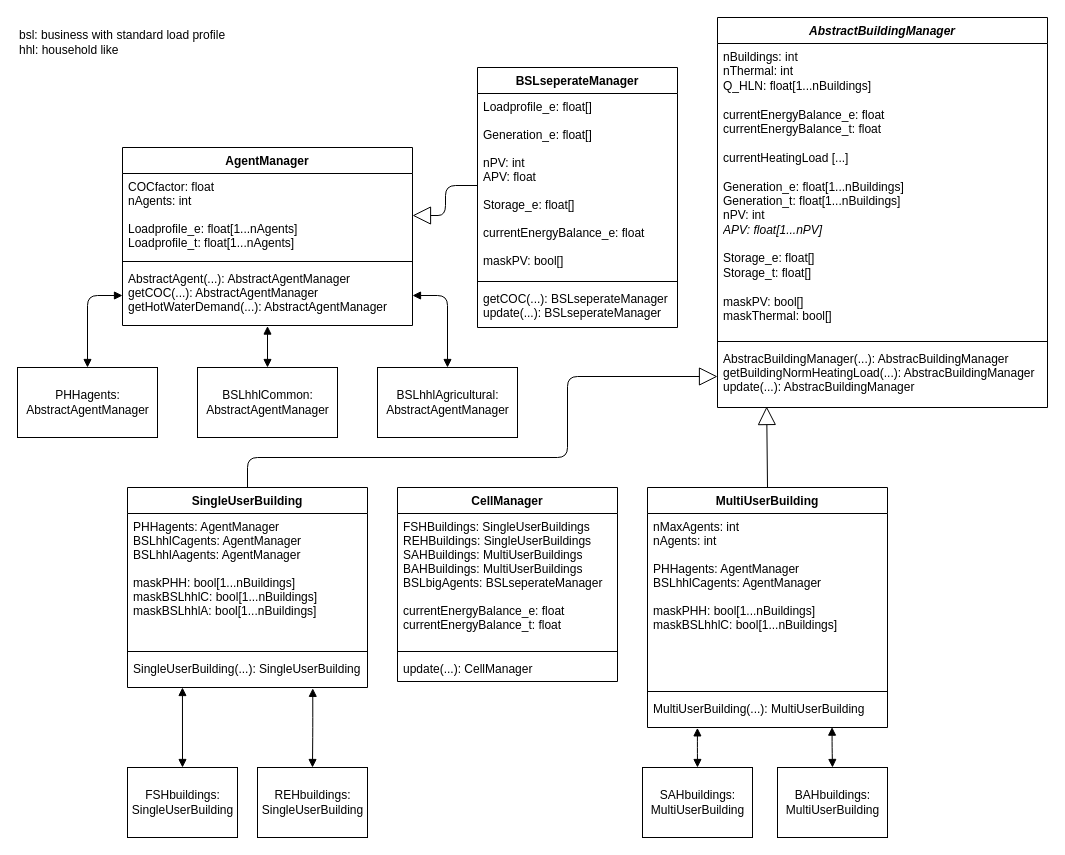
Before: page "WithBuildings" (1 of 2) of ModelStructure.drawio in HSZittauGoerlitz/EnSySim, a draw.io diagram. Source tidied: cells renumbered, new cells numbered last; positions are measured from the earlier drawing's top-left corner, leaving out a move shared by most shapes. Both pictures are drawn from the tidied source at 100%, with x=0, y=0 at pixel (17, 17).
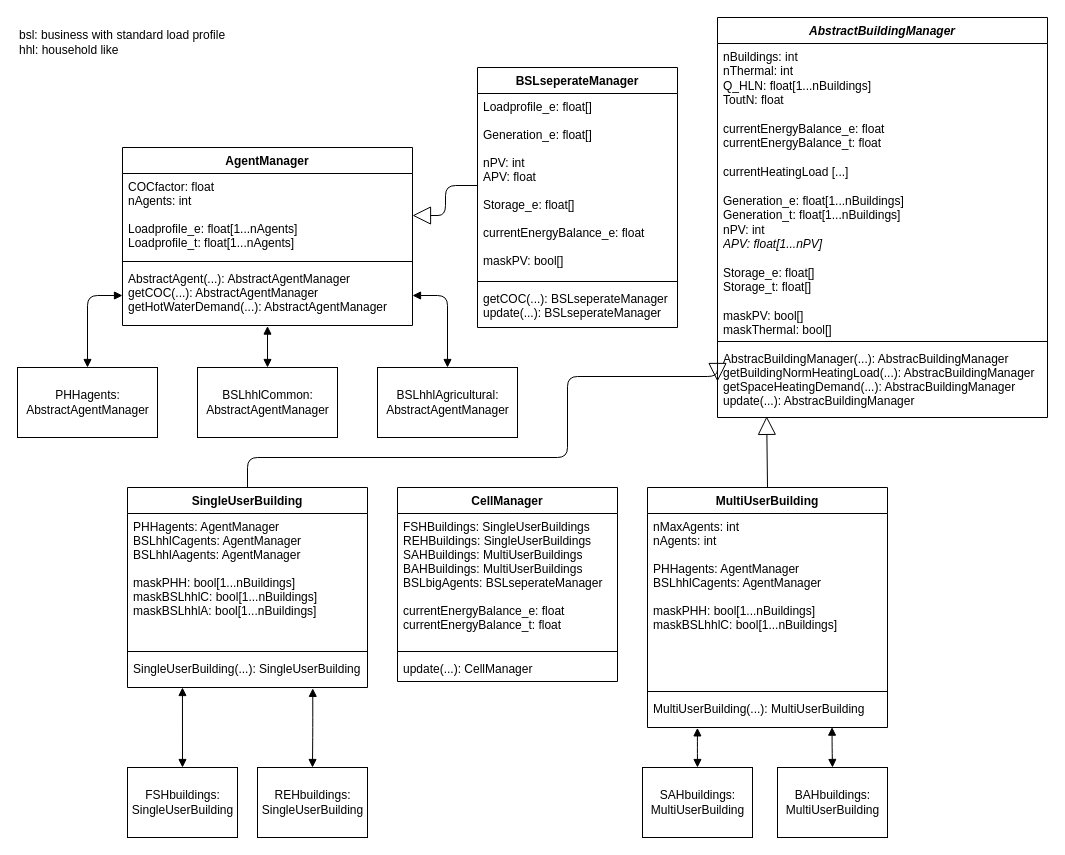
Above is the later version.

Diff of the diagram source:
```diff
@@
     <mxCell id="40" value="AbstractBuildingManager" style="swimlane;fontStyle=3;align=center;verticalAlign=top;horizontal=1;startSize=26;" parent="1" vertex="1">
-      <mxGeometry x="700" width="330" height="390" as="geometry" />
+      <mxGeometry x="700" width="330" height="400" as="geometry" />
     </mxCell>
-    <mxCell id="41" value="nBuildings: int&lt;br&gt;nThermal: int&lt;br&gt;Q_HLN: float[1...nBuildings]&lt;br&gt;&lt;br&gt;currentEnergyBalance_e: float&lt;br&gt;currentEnergyBalance_t: float&lt;br&gt;&lt;br&gt;currentHeatingLoad [...]&lt;br&gt;&lt;br&gt;Generation_e:&amp;nbsp;float[1...nBuildings]&lt;br&gt;Generation_t:&amp;nbsp;float[1...nBuildings]&lt;br&gt;nPV:&amp;nbsp;int&lt;br&gt;&lt;i&gt;APV: float[1...nPV]&lt;br&gt;&lt;/i&gt;&lt;br&gt;Storage_e: float[]&lt;br&gt;Storage_t: float[]&lt;br&gt;&lt;br&gt;maskPV: bool[]&lt;br&gt;maskThermal: bool[]" style="text;strokeColor=none;fillColor=none;align=left;verticalAlign=top;spacingLeft=4;spacingRight=4;overflow=hidden;fontStyle=0;html=1;" parent="40" vertex="1">
+    <mxCell id="41" value="nBuildings: int&lt;br&gt;nThermal: int&lt;br&gt;Q_HLN: float[1...nBuildings]&lt;br&gt;ToutN: float&lt;br&gt;&lt;br&gt;currentEnergyBalance_e: float&lt;br&gt;currentEnergyBalance_t: float&lt;br&gt;&lt;br&gt;currentHeatingLoad [...]&lt;br&gt;&lt;br&gt;Generation_e:&amp;nbsp;float[1...nBuildings]&lt;br&gt;Generation_t:&amp;nbsp;float[1...nBuildings]&lt;br&gt;nPV:&amp;nbsp;int&lt;br&gt;&lt;i&gt;APV: float[1...nPV]&lt;br&gt;&lt;/i&gt;&lt;br&gt;Storage_e: float[]&lt;br&gt;Storage_t: float[]&lt;br&gt;&lt;br&gt;maskPV: bool[]&lt;br&gt;maskThermal: bool[]" style="text;strokeColor=none;fillColor=none;align=left;verticalAlign=top;spacingLeft=4;spacingRight=4;overflow=hidden;fontStyle=0;html=1;" parent="40" vertex="1">
       <mxGeometry y="26" width="330" height="294" as="geometry" />
     </mxCell>
@@
-    <mxCell id="43" value="AbstracBuildingManager(...): AbstracBuildingManager&#10;getBuildingNormHeatingLoad(...): AbstracBuildingManager&#10;update(...): AbstracBuildingManager" style="text;strokeColor=none;fillColor=none;align=left;verticalAlign=top;spacingLeft=4;spacingRight=4;overflow=hidden;points=[[0,0.5],[1,0.5]];portConstraint=eastwest;" parent="40" vertex="1">
-      <mxGeometry y="328" width="330" height="62" as="geometry" />
+    <mxCell id="43" value="AbstracBuildingManager(...): AbstracBuildingManager&#10;getBuildingNormHeatingLoad(...): AbstracBuildingManager&#10;getSpaceHeatingDemand(...): AbstracBuildingManager&#10;update(...): AbstracBuildingManager" style="text;strokeColor=none;fillColor=none;align=left;verticalAlign=top;spacingLeft=4;spacingRight=4;overflow=hidden;points=[[0,0.5],[1,0.5]];portConstraint=eastwest;" parent="40" vertex="1">
+      <mxGeometry y="328" width="330" height="72" as="geometry" />
     </mxCell>
```
